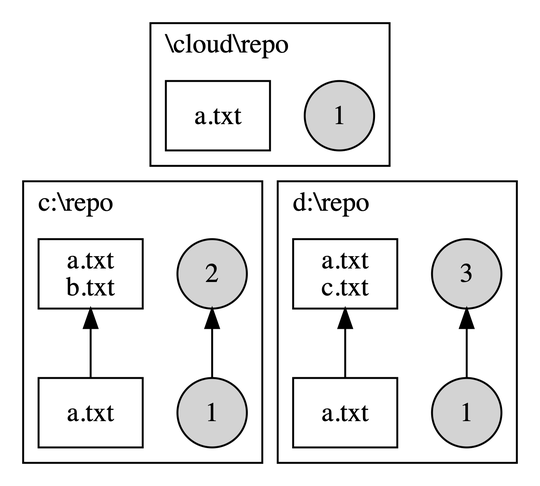
Before: assets/img/sc1-2people.png, a diagram exported from Graphviz (greg-hutchinson/git-training). Its source is kept beside it as assets/img/graphviz/sc1-2people.dot. Source of this version:
```dot
digraph simple {
    rankdir="BT"
    size="20!"
    node [shape=circle]
    cs1 [label="1", style=filled]
    cs11 [label="1", style=filled]
    cs12 [label="1", style=filled]
    cs2 [label="2", style=filled]
    cs3 [label="3", style=filled]
    subgraph cluster_user1 {
        node [shape=box]
        labelloc="b"
        labeljust="l";
        label="c:\\repo"
        fs1 [label="a.txt"];
        fs2 [label="a.txt\nb.txt"];
        fs1 -> fs2
        cs1 -> cs2
    }
    subgraph cluster_user2 {
        node [shape=box]
        labeljust="l";
        labelloc="b"
        label="d:\\repo"
        fs01 [label="a.txt"];
        fs02 [label="a.txt\nc.txt"];
        fs01 -> fs02
        cs11 -> cs3
    }
    subgraph cluster_server1 {
        node [shape=box]
        labeljust="l";
        labelloc="b"
        label="\\cloud\\repo"
        s01 [label="a.txt"];
        cs12
    }
    cs2 -> cs12 [style=invis]
    cs3 -> cs12 [style=invis]
}
```
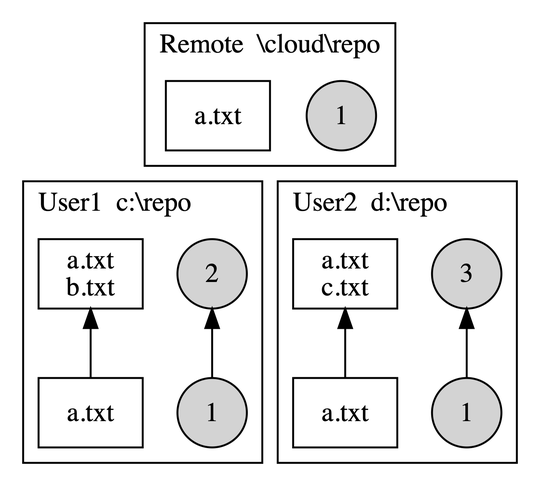
The same file after the commit.

Change to the diagram source:
```diff
@@ -11,7 +11,7 @@
         node [shape=box]
         labelloc="b"
         labeljust="l";
-        label="c:\\repo"
+        label="User1  c:\\repo"
         fs1 [label="a.txt"];
         fs2 [label="a.txt\nb.txt"];
         fs1 -> fs2
@@ -21,17 +21,17 @@
         node [shape=box]
         labeljust="l";
         labelloc="b"
-        label="d:\\repo"
+        label="User2  d:\\repo"
         fs01 [label="a.txt"];
         fs02 [label="a.txt\nc.txt"];
         fs01 -> fs02
         cs11 -> cs3
     }
-    subgraph cluster_server1 {
+    subgraph cluster_remote {
         node [shape=box]
         labeljust="l";
         labelloc="b"
-        label="\\cloud\\repo"
+        label="Remote  \\cloud\\repo"
         s01 [label="a.txt"];
         cs12
     }
```
